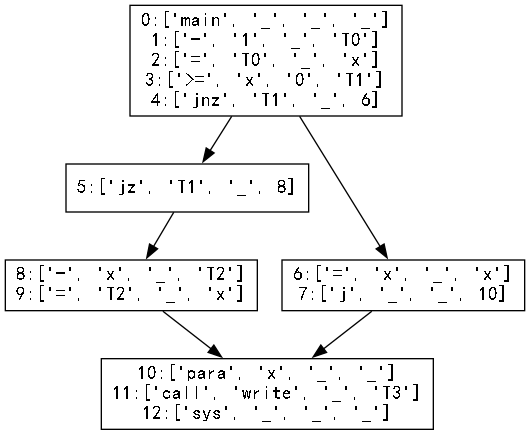
Earlier version of the Graphviz export Basic_Block/basic_block.gv.png (hutao99/compiler). Its source is kept beside it as Basic_Block/basic_block.gv.
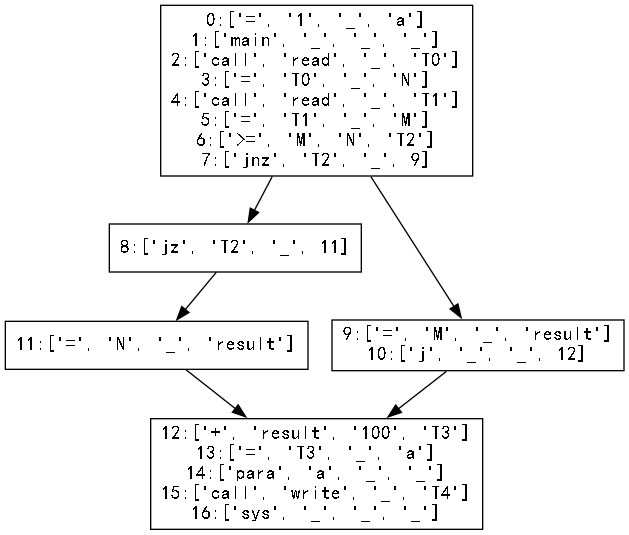
Later version of the same file.

The edit, as a diff of the source:
```diff
@@ -1,21 +1,25 @@
 digraph "./Basic_Block/basic_block" {
-	0 [label="0:['main', '_', '_', '_']
-1:['-', '1', '_', 'T0']
-2:['=', 'T0', '_', 'x']
-3:['>=', 'x', '0', 'T1']
-4:['jnz', 'T1', '_', 6]
+	0 [label="0:['=', '1', '_', 'a']
+1:['main', '_', '_', '_']
+2:['call', 'read', '_', 'T0']
+3:['=', 'T0', '_', 'N']
+4:['call', 'read', '_', 'T1']
+5:['=', 'T1', '_', 'M']
+6:['>=', 'M', 'N', 'T2']
+7:['jnz', 'T2', '_', 9]
 " fontname=SimHei shape=rectangle]
-	1 [label="5:['jz', 'T1', '_', 8]
+	1 [label="8:['jz', 'T2', '_', 11]
 " fontname=SimHei shape=rectangle]
-	2 [label="6:['=', 'x', '_', 'x']
-7:['j', '_', '_', 10]
+	2 [label="9:['=', 'M', '_', 'result']
+10:['j', '_', '_', 12]
 " fontname=SimHei shape=rectangle]
-	3 [label="8:['-', 'x', '_', 'T2']
-9:['=', 'T2', '_', 'x']
+	3 [label="11:['=', 'N', '_', 'result']
 " fontname=SimHei shape=rectangle]
-	4 [label="10:['para', 'x', '_', '_']
-11:['call', 'write', '_', 'T3']
-12:['sys', '_', '_', '_']
+	4 [label="12:['+', 'result', '100', 'T3']
+13:['=', 'T3', '_', 'a']
+14:['para', 'a', '_', '_']
+15:['call', 'write', '_', 'T4']
+16:['sys', '_', '_', '_']
 " fontname=SimHei shape=rectangle]
 	0 -> 2
 	0 -> 1
```
